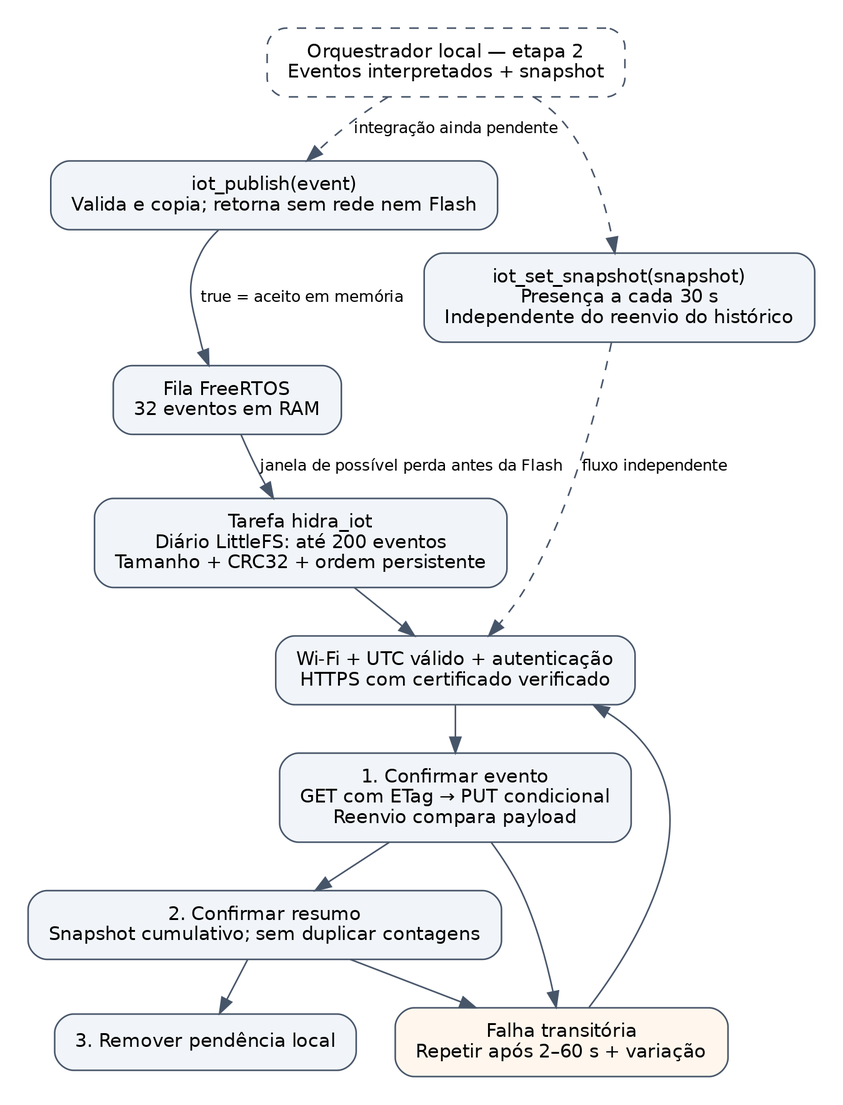
Earlier version of the Graphviz export HIDRA_Etapa3/docs/diagramas/01_modulo_iot.png (ferivanov26/HIDRA). Its source is kept beside it as HIDRA_Etapa3/docs/diagramas/01_modulo_iot.dot. The source it was exported from:
```dot
digraph IoT {
 graph [rankdir=TB, bgcolor="white", pad="0.25", nodesep="0.35", ranksep="0.40", dpi=180];
 node [shape=box, style="rounded,filled", fillcolor="#f1f5f9", color="#475569", fontname="DejaVu Sans", fontsize=12, margin="0.18,0.12"];
 edge [color="#475569", fontname="DejaVu Sans", fontsize=10];
 source [label="Orquestrador local — etapa 2\nEventos interpretados + snapshot",style="rounded,dashed",fillcolor="white"];
 api [label="iot_publish(event)\nValida e copia; retorna sem rede nem Flash"];
 ram [label="Fila FreeRTOS\n32 eventos em RAM"];
 journal [label="Tarefa hidra_iot\nDiário LittleFS: até 200 eventos\nTamanho + CRC32 + ordem persistente"];
 auth [label="Wi-Fi + UTC válido + autenticação\nHTTPS com certificado verificado"];
 event [label="1. Confirmar evento\nGET com ETag → PUT condicional\nReenvio compara payload"];
 summary [label="2. Confirmar resumo\nSnapshot cumulativo; sem duplicar contagens"];
 remove [label="3. Remover pendência local"];
 status [label="iot_set_snapshot(snapshot)\nPresença a cada 30 s\nIndependente do reenvio do histórico"];
 fail [label="Falha transitória\nRepetir após 2–60 s + variação",fillcolor="#fff7ed"];
 source -> api [label="integração ainda pendente",style=dashed];
 api -> ram [label="true = aceito em memória"];
 ram -> journal [label="janela de possível perda antes da Flash"];
 journal -> auth -> event -> summary -> remove;
 event -> fail; summary -> fail; fail -> auth [constraint=false];
 source -> status [style=dashed]; status -> auth [style=dashed,label="fluxo independente"];
}
```
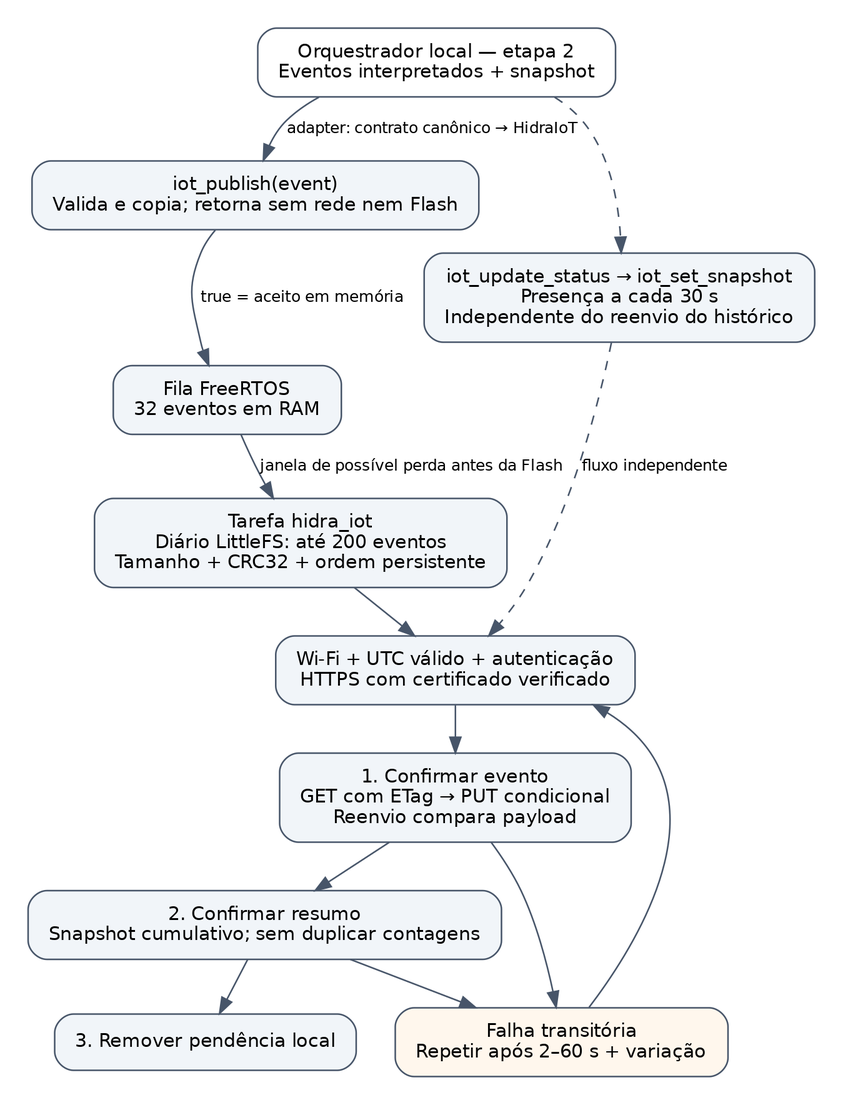
The same diagram one commit later.

What changed in the source:
```diff
@@ -2,7 +2,7 @@
  graph [rankdir=TB, bgcolor="white", pad="0.25", nodesep="0.35", ranksep="0.40", dpi=180];
  node [shape=box, style="rounded,filled", fillcolor="#f1f5f9", color="#475569", fontname="DejaVu Sans", fontsize=12, margin="0.18,0.12"];
  edge [color="#475569", fontname="DejaVu Sans", fontsize=10];
- source [label="Orquestrador local — etapa 2\nEventos interpretados + snapshot",style="rounded,dashed",fillcolor="white"];
+ source [label="Orquestrador local — etapa 2\nEventos interpretados + snapshot",fillcolor="white"];
  api [label="iot_publish(event)\nValida e copia; retorna sem rede nem Flash"];
  ram [label="Fila FreeRTOS\n32 eventos em RAM"];
  journal [label="Tarefa hidra_iot\nDiário LittleFS: até 200 eventos\nTamanho + CRC32 + ordem persistente"];
@@ -10,9 +10,9 @@
  event [label="1. Confirmar evento\nGET com ETag → PUT condicional\nReenvio compara payload"];
  summary [label="2. Confirmar resumo\nSnapshot cumulativo; sem duplicar contagens"];
  remove [label="3. Remover pendência local"];
- status [label="iot_set_snapshot(snapshot)\nPresença a cada 30 s\nIndependente do reenvio do histórico"];
+ status [label="iot_update_status → iot_set_snapshot\nPresença a cada 30 s\nIndependente do reenvio do histórico"];
  fail [label="Falha transitória\nRepetir após 2–60 s + variação",fillcolor="#fff7ed"];
- source -> api [label="integração ainda pendente",style=dashed];
+ source -> api [label="adapter: contrato canônico → HidraIoT"];
  api -> ram [label="true = aceito em memória"];
  ram -> journal [label="janela de possível perda antes da Flash"];
  journal -> auth -> event -> summary -> remove;
```
